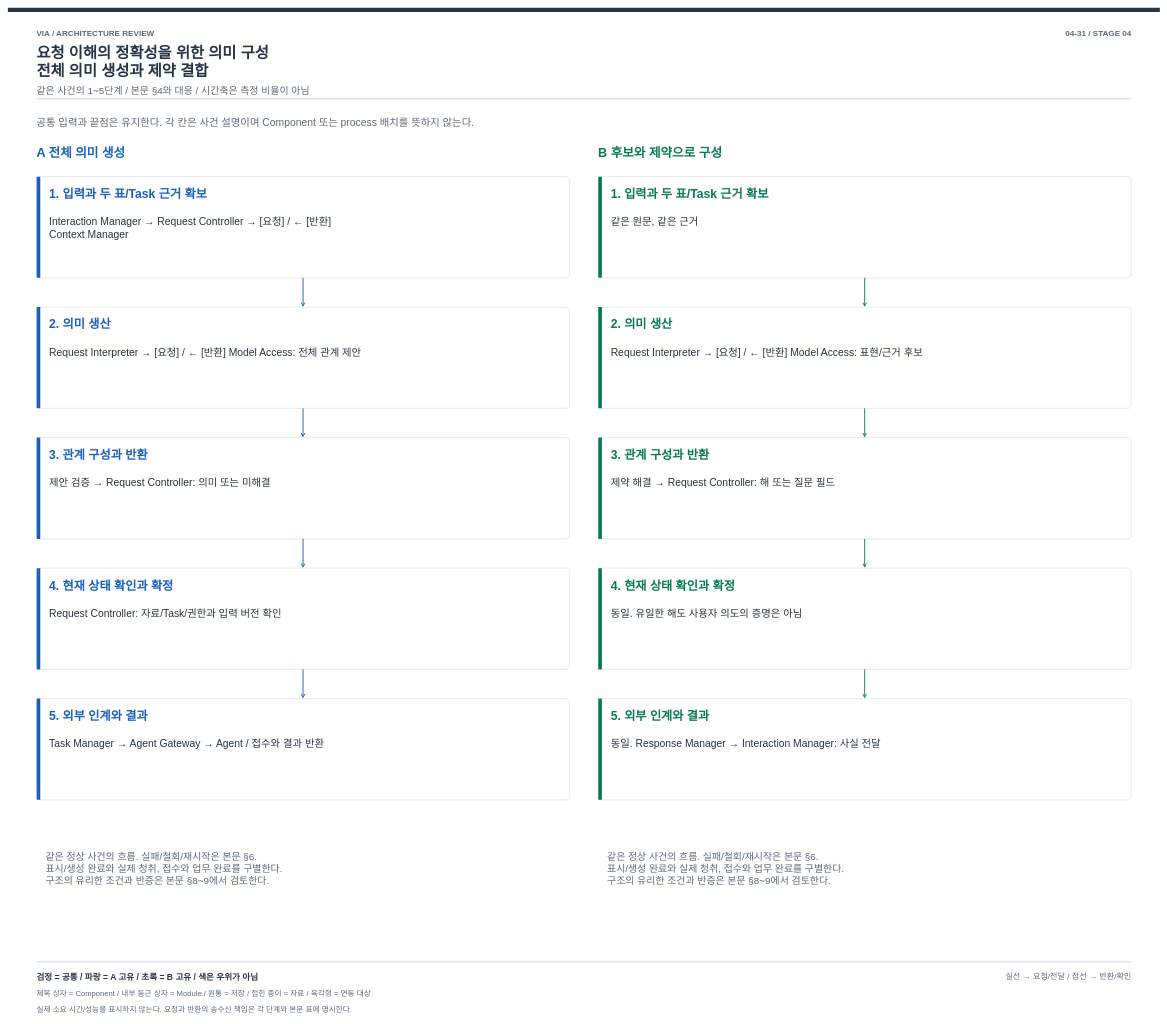
The draw.io diagram docs/architecture/12-decisions/decision-packages/diagrams/choice31-event.drawio in cbyche/via-sw-architecture, before the edit. Source tidied: cells renumbered, new cells numbered last; positions are measured from the earlier drawing's top-left corner, leaving out a move shared by most shapes. Both pictures are drawn from the tidied source at 45%, with x=0, y=0 at pixel (8, 8).
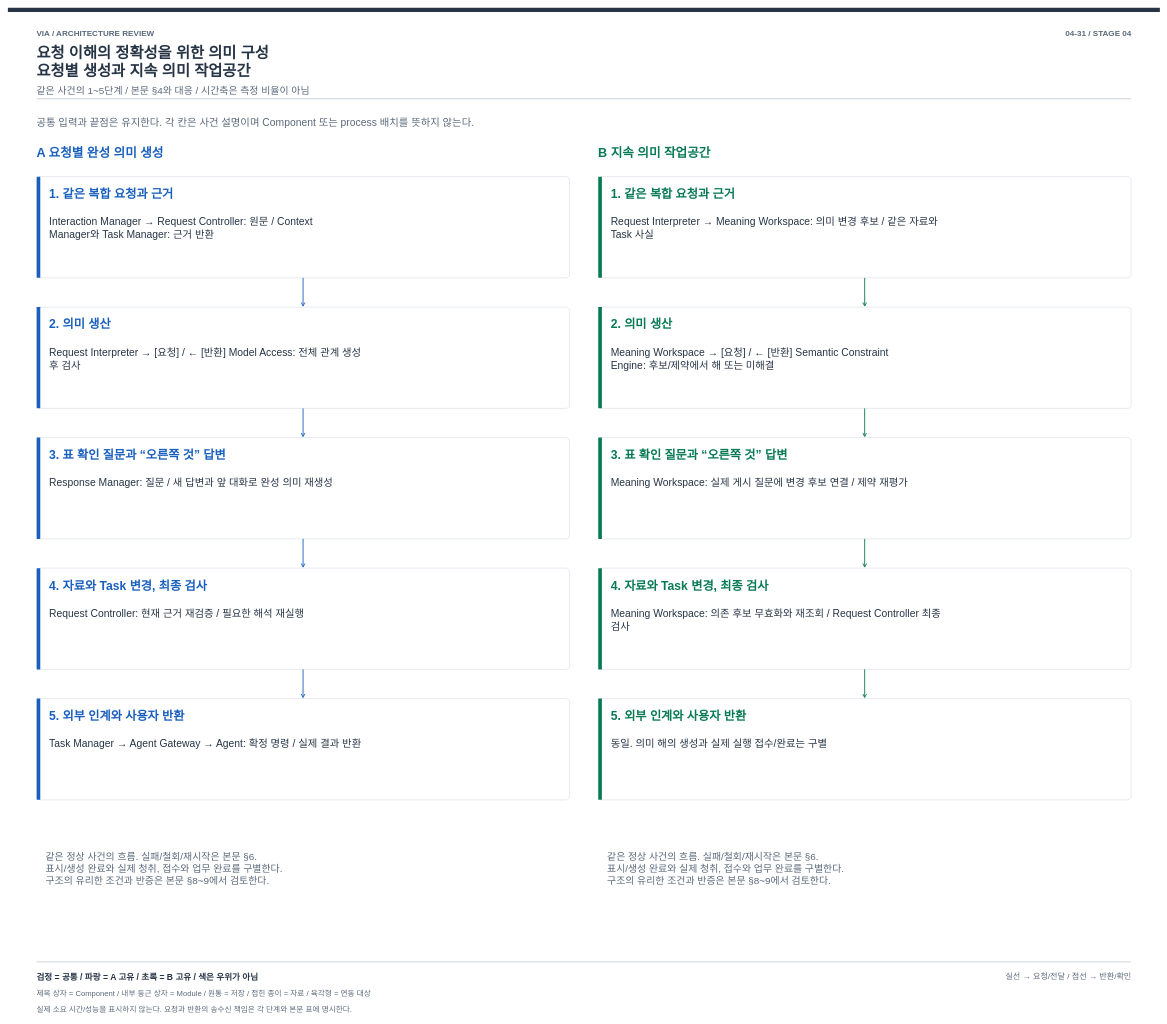
The same diagram, later.

What changed in the source:
```diff
@@
-    <mxCell id="35" value="요청 이해의 정확성을 위한 의미 구성&lt;br&gt;전체 의미 생성과 제약 결합" style="text;html=1;whiteSpace=nowrap;overflow=visible;strokeColor=none;fillColor=none;labelBackgroundColor=none;fontColor=#263445;fontSize=34;fontStyle=1;align=left;verticalAlign=top;spacing=0;" parent="1" vertex="1">
+    <mxCell id="35" value="요청 이해의 정확성을 위한 의미 구성&lt;br&gt;요청별 생성과 지속 의미 작업공간" style="text;html=1;whiteSpace=nowrap;overflow=visible;strokeColor=none;fillColor=none;labelBackgroundColor=none;fontColor=#263445;fontSize=34;fontStyle=1;align=left;verticalAlign=top;spacing=0;" parent="1" vertex="1">
       <mxGeometry x="64" y="75" width="623.4" height="94" as="geometry" />
     </mxCell>
@@
-    <mxCell id="38" value="A  전체 의미 생성" style="text;html=1;whiteSpace=nowrap;overflow=visible;strokeColor=none;fillColor=none;labelBackgroundColor=none;fontColor=#195FBD;fontSize=28;fontStyle=1;align=left;verticalAlign=top;spacing=0;" parent="1" vertex="1">
-      <mxGeometry x="64" y="300" width="262.8" height="43.8" as="geometry" />
+    <mxCell id="38" value="A  요청별 완성 의미 생성" style="text;html=1;whiteSpace=nowrap;overflow=visible;strokeColor=none;fillColor=none;labelBackgroundColor=none;fontColor=#195FBD;fontSize=28;fontStyle=1;align=left;verticalAlign=top;spacing=0;" parent="1" vertex="1">
+      <mxGeometry x="64" y="300" width="364.2" height="43.8" as="geometry" />
     </mxCell>
-    <mxCell id="39" value="1. 입력과 두 표/Task 근거 확보" style="text;html=1;whiteSpace=nowrap;overflow=visible;strokeColor=none;fillColor=none;labelBackgroundColor=none;fontColor=#195FBD;fontSize=27;fontStyle=1;align=left;verticalAlign=top;spacing=0;" parent="1" vertex="1">
-      <mxGeometry x="92" y="393" width="451.9" height="42.5" as="geometry" />
+    <mxCell id="39" value="1. 같은 복합 요청과 근거" style="text;html=1;whiteSpace=nowrap;overflow=visible;strokeColor=none;fillColor=none;labelBackgroundColor=none;fontColor=#195FBD;fontSize=27;fontStyle=1;align=left;verticalAlign=top;spacing=0;" parent="1" vertex="1">
+      <mxGeometry x="92" y="393" width="351.4" height="42.5" as="geometry" />
     </mxCell>
-    <mxCell id="40" value="Interaction Manager → Request Controller → [요청] / ← [반환]&lt;br&gt;Context Manager" style="text;html=1;whiteSpace=nowrap;overflow=visible;strokeColor=none;fillColor=none;labelBackgroundColor=none;fontColor=#263445;fontSize=23;fontStyle=0;align=left;verticalAlign=top;spacing=0;" parent="1" vertex="1">
-      <mxGeometry x="92" y="458" width="841.5" height="70" as="geometry" />
+    <mxCell id="40" value="Interaction Manager → Request Controller: 원문 / Context&lt;br&gt;Manager와 Task Manager: 근거 반환" style="text;html=1;whiteSpace=nowrap;overflow=visible;strokeColor=none;fillColor=none;labelBackgroundColor=none;fontColor=#263445;fontSize=23;fontStyle=0;align=left;verticalAlign=top;spacing=0;" parent="1" vertex="1">
+      <mxGeometry x="92" y="458" width="795.5" height="70" as="geometry" />
     </mxCell>
@@
-    <mxCell id="42" value="Request Interpreter → [요청] / ← [반환] Model Access: 전체 관계 제안" style="text;html=1;whiteSpace=nowrap;overflow=visible;strokeColor=none;fillColor=none;labelBackgroundColor=none;fontColor=#263445;fontSize=23;fontStyle=0;align=left;verticalAlign=top;spacing=0;" parent="1" vertex="1">
-      <mxGeometry x="92" y="748" width="922.5" height="38" as="geometry" />
+    <mxCell id="42" value="Request Interpreter → [요청] / ← [반환] Model Access: 전체 관계 생성&lt;br&gt;후 검사" style="text;html=1;whiteSpace=nowrap;overflow=visible;strokeColor=none;fillColor=none;labelBackgroundColor=none;fontColor=#263445;fontSize=23;fontStyle=0;align=left;verticalAlign=top;spacing=0;" parent="1" vertex="1">
+      <mxGeometry x="92" y="748" width="922.5" height="70" as="geometry" />
     </mxCell>
-    <mxCell id="43" value="3. 관계 구성과 반환" style="text;html=1;whiteSpace=nowrap;overflow=visible;strokeColor=none;fillColor=none;labelBackgroundColor=none;fontColor=#195FBD;fontSize=27;fontStyle=1;align=left;verticalAlign=top;spacing=0;" parent="1" vertex="1">
-      <mxGeometry x="92" y="973" width="280.7" height="42.5" as="geometry" />
+    <mxCell id="43" value="3. 표 확인 질문과 “오른쪽 것” 답변" style="text;html=1;whiteSpace=nowrap;overflow=visible;strokeColor=none;fillColor=none;labelBackgroundColor=none;fontColor=#195FBD;fontSize=27;fontStyle=1;align=left;verticalAlign=top;spacing=0;" parent="1" vertex="1">
+      <mxGeometry x="92" y="973" width="499.4" height="42.5" as="geometry" />
     </mxCell>
-    <mxCell id="44" value="제안 검증 → Request Controller: 의미 또는 미해결" style="text;html=1;whiteSpace=nowrap;overflow=visible;strokeColor=none;fillColor=none;labelBackgroundColor=none;fontColor=#263445;fontSize=23;fontStyle=0;align=left;verticalAlign=top;spacing=0;" parent="1" vertex="1">
-      <mxGeometry x="92" y="1038" width="631.8" height="38" as="geometry" />
+    <mxCell id="44" value="Response Manager: 질문 / 새 답변과 앞 대화로 완성 의미 재생성" style="text;html=1;whiteSpace=nowrap;overflow=visible;strokeColor=none;fillColor=none;labelBackgroundColor=none;fontColor=#263445;fontSize=23;fontStyle=0;align=left;verticalAlign=top;spacing=0;" parent="1" vertex="1">
+      <mxGeometry x="92" y="1038" width="784" height="38" as="geometry" />
     </mxCell>
-    <mxCell id="45" value="4. 현재 상태 확인과 확정" style="text;html=1;whiteSpace=nowrap;overflow=visible;strokeColor=none;fillColor=none;labelBackgroundColor=none;fontColor=#195FBD;fontSize=27;fontStyle=1;align=left;verticalAlign=top;spacing=0;" parent="1" vertex="1">
-      <mxGeometry x="92" y="1263" width="351.4" height="42.5" as="geometry" />
+    <mxCell id="45" value="4. 자료와 Task 변경, 최종 검사" style="text;html=1;whiteSpace=nowrap;overflow=visible;strokeColor=none;fillColor=none;labelBackgroundColor=none;fontColor=#195FBD;fontSize=27;fontStyle=1;align=left;verticalAlign=top;spacing=0;" parent="1" vertex="1">
+      <mxGeometry x="92" y="1263" width="451.9" height="42.5" as="geometry" />
     </mxCell>
-    <mxCell id="46" value="Request Controller: 자료/Task/권한과 입력 버전 확인" style="text;html=1;whiteSpace=nowrap;overflow=visible;strokeColor=none;fillColor=none;labelBackgroundColor=none;fontColor=#263445;fontSize=23;fontStyle=0;align=left;verticalAlign=top;spacing=0;" parent="1" vertex="1">
-      <mxGeometry x="92" y="1328" width="674.5" height="38" as="geometry" />
+    <mxCell id="46" value="Request Controller: 현재 근거 재검증 / 필요한 해석 재실행" style="text;html=1;whiteSpace=nowrap;overflow=visible;strokeColor=none;fillColor=none;labelBackgroundColor=none;fontColor=#263445;fontSize=23;fontStyle=0;align=left;verticalAlign=top;spacing=0;" parent="1" vertex="1">
+      <mxGeometry x="92" y="1328" width="738" height="38" as="geometry" />
     </mxCell>
-    <mxCell id="47" value="5. 외부 인계와 결과" style="text;html=1;whiteSpace=nowrap;overflow=visible;strokeColor=none;fillColor=none;labelBackgroundColor=none;fontColor=#195FBD;fontSize=27;fontStyle=1;align=left;verticalAlign=top;spacing=0;" parent="1" vertex="1">
-      <mxGeometry x="92" y="1553" width="280.7" height="42.5" as="geometry" />
+    <mxCell id="47" value="5. 외부 인계와 사용자 반환" style="text;html=1;whiteSpace=nowrap;overflow=visible;strokeColor=none;fillColor=none;labelBackgroundColor=none;fontColor=#195FBD;fontSize=27;fontStyle=1;align=left;verticalAlign=top;spacing=0;" parent="1" vertex="1">
+      <mxGeometry x="92" y="1553" width="378.4" height="42.5" as="geometry" />
     </mxCell>
-    <mxCell id="48" value="Task Manager → Agent Gateway → Agent / 접수와 결과 반환" style="text;html=1;whiteSpace=nowrap;overflow=visible;strokeColor=none;fillColor=none;labelBackgroundColor=none;fontColor=#263445;fontSize=23;fontStyle=0;align=left;verticalAlign=top;spacing=0;" parent="1" vertex="1">
-      <mxGeometry x="92" y="1618" width="753.7" height="38" as="geometry" />
+    <mxCell id="48" value="Task Manager → Agent Gateway → Agent: 확정 명령 / 실제 결과 반환" style="text;html=1;whiteSpace=nowrap;overflow=visible;strokeColor=none;fillColor=none;labelBackgroundColor=none;fontColor=#263445;fontSize=23;fontStyle=0;align=left;verticalAlign=top;spacing=0;" parent="1" vertex="1">
+      <mxGeometry x="92" y="1618" width="865.4" height="38" as="geometry" />
     </mxCell>
@@
-    <mxCell id="50" value="B  후보와 제약으로 구성" style="text;html=1;whiteSpace=nowrap;overflow=visible;strokeColor=none;fillColor=none;labelBackgroundColor=none;fontColor=#087A53;fontSize=28;fontStyle=1;align=left;verticalAlign=top;spacing=0;" parent="1" vertex="1">
-      <mxGeometry x="1312" y="300" width="346.8" height="43.8" as="geometry" />
+    <mxCell id="50" value="B  지속 의미 작업공간" style="text;html=1;whiteSpace=nowrap;overflow=visible;strokeColor=none;fillColor=none;labelBackgroundColor=none;fontColor=#087A53;fontSize=28;fontStyle=1;align=left;verticalAlign=top;spacing=0;" parent="1" vertex="1">
+      <mxGeometry x="1312" y="300" width="318.8" height="43.8" as="geometry" />
     </mxCell>
-    <mxCell id="51" value="1. 입력과 두 표/Task 근거 확보" style="text;html=1;whiteSpace=nowrap;overflow=visible;strokeColor=none;fillColor=none;labelBackgroundColor=none;fontColor=#087A53;fontSize=27;fontStyle=1;align=left;verticalAlign=top;spacing=0;" parent="1" vertex="1">
-      <mxGeometry x="1340" y="393" width="451.9" height="42.5" as="geometry" />
+    <mxCell id="51" value="1. 같은 복합 요청과 근거" style="text;html=1;whiteSpace=nowrap;overflow=visible;strokeColor=none;fillColor=none;labelBackgroundColor=none;fontColor=#087A53;fontSize=27;fontStyle=1;align=left;verticalAlign=top;spacing=0;" parent="1" vertex="1">
+      <mxGeometry x="1340" y="393" width="351.4" height="42.5" as="geometry" />
     </mxCell>
-    <mxCell id="52" value="같은 원문, 같은 근거" style="text;html=1;whiteSpace=nowrap;overflow=visible;strokeColor=none;fillColor=none;labelBackgroundColor=none;fontColor=#263445;fontSize=23;fontStyle=0;align=left;verticalAlign=top;spacing=0;" parent="1" vertex="1">
-      <mxGeometry x="1340" y="458" width="249" height="38" as="geometry" />
+    <mxCell id="52" value="Request Interpreter → Meaning Workspace: 의미 변경 후보 / 같은 자료와&lt;br&gt;Task 사실" style="text;html=1;whiteSpace=nowrap;overflow=visible;strokeColor=none;fillColor=none;labelBackgroundColor=none;fontColor=#263445;fontSize=23;fontStyle=0;align=left;verticalAlign=top;spacing=0;" parent="1" vertex="1">
+      <mxGeometry x="1340" y="458" width="931.2" height="70" as="geometry" />
     </mxCell>
@@
-    <mxCell id="54" value="Request Interpreter → [요청] / ← [반환] Model Access: 표현/근거 후보" style="text;html=1;whiteSpace=nowrap;overflow=visible;strokeColor=none;fillColor=none;labelBackgroundColor=none;fontColor=#263445;fontSize=23;fontStyle=0;align=left;verticalAlign=top;spacing=0;" parent="1" vertex="1">
-      <mxGeometry x="1340" y="748" width="922.5" height="38" as="geometry" />
+    <mxCell id="54" value="Meaning Workspace → [요청] / ← [반환] Semantic Constraint&lt;br&gt;Engine: 후보/제약에서 해 또는 미해결" style="text;html=1;whiteSpace=nowrap;overflow=visible;strokeColor=none;fillColor=none;labelBackgroundColor=none;fontColor=#263445;fontSize=23;fontStyle=0;align=left;verticalAlign=top;spacing=0;" parent="1" vertex="1">
+      <mxGeometry x="1340" y="748" width="798.7" height="70" as="geometry" />
     </mxCell>
-    <mxCell id="55" value="3. 관계 구성과 반환" style="text;html=1;whiteSpace=nowrap;overflow=visible;strokeColor=none;fillColor=none;labelBackgroundColor=none;fontColor=#087A53;fontSize=27;fontStyle=1;align=left;verticalAlign=top;spacing=0;" parent="1" vertex="1">
-      <mxGeometry x="1340" y="973" width="280.7" height="42.5" as="geometry" />
+    <mxCell id="55" value="3. 표 확인 질문과 “오른쪽 것” 답변" style="text;html=1;whiteSpace=nowrap;overflow=visible;strokeColor=none;fillColor=none;labelBackgroundColor=none;fontColor=#087A53;fontSize=27;fontStyle=1;align=left;verticalAlign=top;spacing=0;" parent="1" vertex="1">
+      <mxGeometry x="1340" y="973" width="499.4" height="42.5" as="geometry" />
     </mxCell>
-    <mxCell id="56" value="제약 해결 → Request Controller: 해 또는 질문 필드" style="text;html=1;whiteSpace=nowrap;overflow=visible;strokeColor=none;fillColor=none;labelBackgroundColor=none;fontColor=#263445;fontSize=23;fontStyle=0;align=left;verticalAlign=top;spacing=0;" parent="1" vertex="1">
-      <mxGeometry x="1340" y="1038" width="646" height="38" as="geometry" />
+    <mxCell id="56" value="Meaning Workspace: 실제 게시 질문에 변경 후보 연결 / 제약 재평가" style="text;html=1;whiteSpace=nowrap;overflow=visible;strokeColor=none;fillColor=none;labelBackgroundColor=none;fontColor=#263445;fontSize=23;fontStyle=0;align=left;verticalAlign=top;spacing=0;" parent="1" vertex="1">
+      <mxGeometry x="1340" y="1038" width="821.3" height="38" as="geometry" />
     </mxCell>
-    <mxCell id="57" value="4. 현재 상태 확인과 확정" style="text;html=1;whiteSpace=nowrap;overflow=visible;strokeColor=none;fillColor=none;labelBackgroundColor=none;fontColor=#087A53;fontSize=27;fontStyle=1;align=left;verticalAlign=top;spacing=0;" parent="1" vertex="1">
-      <mxGeometry x="1340" y="1263" width="351.4" height="42.5" as="geometry" />
+    <mxCell id="57" value="4. 자료와 Task 변경, 최종 검사" style="text;html=1;whiteSpace=nowrap;overflow=visible;strokeColor=none;fillColor=none;labelBackgroundColor=none;fontColor=#087A53;fontSize=27;fontStyle=1;align=left;verticalAlign=top;spacing=0;" parent="1" vertex="1">
+      <mxGeometry x="1340" y="1263" width="451.9" height="42.5" as="geometry" />
     </mxCell>
-    <mxCell id="58" value="동일. 유일한 해도 사용자 의도의 증명은 아님" style="text;html=1;whiteSpace=nowrap;overflow=visible;strokeColor=none;fillColor=none;labelBackgroundColor=none;fontColor=#263445;fontSize=23;fontStyle=0;align=left;verticalAlign=top;spacing=0;" parent="1" vertex="1">
-      <mxGeometry x="1340" y="1328" width="521.8" height="38" as="geometry" />
+    <mxCell id="58" value="Meaning Workspace: 의존 후보 무효화와 재조회 / Request Controller 최종&lt;br&gt;검사" style="text;html=1;whiteSpace=nowrap;overflow=visible;strokeColor=none;fillColor=none;labelBackgroundColor=none;fontColor=#263445;fontSize=23;fontStyle=0;align=left;verticalAlign=top;spacing=0;" parent="1" vertex="1">
+      <mxGeometry x="1340" y="1328" width="934.4" height="70" as="geometry" />
     </mxCell>
-    <mxCell id="59" value="5. 외부 인계와 결과" style="text;html=1;whiteSpace=nowrap;overflow=visible;strokeColor=none;fillColor=none;labelBackgroundColor=none;fontColor=#087A53;fontSize=27;fontStyle=1;align=left;verticalAlign=top;spacing=0;" parent="1" vertex="1">
-      <mxGeometry x="1340" y="1553" width="280.7" height="42.5" as="geometry" />
+    <mxCell id="59" value="5. 외부 인계와 사용자 반환" style="text;html=1;whiteSpace=nowrap;overflow=visible;strokeColor=none;fillColor=none;labelBackgroundColor=none;fontColor=#087A53;fontSize=27;fontStyle=1;align=left;verticalAlign=top;spacing=0;" parent="1" vertex="1">
+      <mxGeometry x="1340" y="1553" width="378.4" height="42.5" as="geometry" />
     </mxCell>
-    <mxCell id="60" value="동일. Response Manager → Interaction Manager: 사실 전달" style="text;html=1;whiteSpace=nowrap;overflow=visible;strokeColor=none;fillColor=none;labelBackgroundColor=none;fontColor=#263445;fontSize=23;fontStyle=0;align=left;verticalAlign=top;spacing=0;" parent="1" vertex="1">
-      <mxGeometry x="1340" y="1618" width="759.2" height="38" as="geometry" />
+    <mxCell id="60" value="동일. 의미 해의 생성과 실제 실행 접수/완료는 구별" style="text;html=1;whiteSpace=nowrap;overflow=visible;strokeColor=none;fillColor=none;labelBackgroundColor=none;fontColor=#263445;fontSize=23;fontStyle=0;align=left;verticalAlign=top;spacing=0;" parent="1" vertex="1">
+      <mxGeometry x="1340" y="1618" width="596.3" height="38" as="geometry" />
     </mxCell>
```
